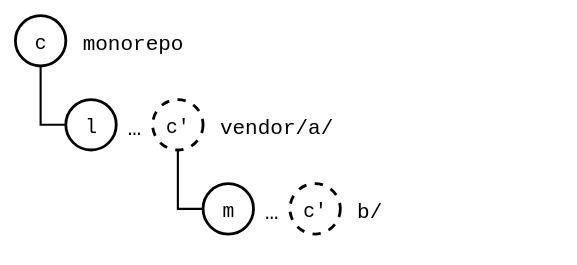
Earlier version of the draw.io export docs/09-scenarios/05-nested-splices/01-nested-splices/layers-tree-pushed.drawio.svg (roschaefer/git-splice). Source tidied: cells renumbered, new cells last; positions are measured from the earlier drawing's top-left corner, leaving out a move shared by most shapes. Its diagram source:
```xml
<mxGraphModel background="#ffffff">
  <root>
    <mxCell id="0" />
    <mxCell id="1" parent="0" />
    <mxCell id="2" value="c" style="ellipse;strokeWidth=2;fontSize=14;fontFamily=Roboto Mono,monospace;" parent="1" vertex="1">
      <mxGeometry width="36" height="36" as="geometry" />
    </mxCell>
    <mxCell id="3" value="monorepo" style="text;align=left;verticalAlign=middle;fontSize=15;fontFamily=Roboto Mono,monospace;tree=1;" parent="1" vertex="1">
      <mxGeometry x="46" width="192" height="36" as="geometry" />
    </mxCell>
    <mxCell id="4" value="l" style="ellipse;strokeWidth=2;fontSize=14;fontFamily=Roboto Mono,monospace;" parent="1" vertex="1">
      <mxGeometry x="36" y="60" width="36" height="36" as="geometry" />
    </mxCell>
    <mxCell id="5" value="…" style="text;align=center;verticalAlign=middle;fontSize=16;fontFamily=Roboto Mono,monospace;" parent="1" vertex="1">
      <mxGeometry x="74" y="60" width="22" height="36" as="geometry" />
    </mxCell>
    <mxCell id="6" value="c'" style="ellipse;strokeWidth=2;fontSize=14;fontFamily=Roboto Mono,monospace;dashed=1;" parent="1" vertex="1">
      <mxGeometry x="98" y="60" width="36" height="36" as="geometry" />
    </mxCell>
    <mxCell id="7" value="vendor/a/" style="text;align=left;verticalAlign=middle;fontSize=15;fontFamily=Roboto Mono,monospace;" parent="1" vertex="1">
      <mxGeometry x="144" y="60" width="201" height="36" as="geometry" />
    </mxCell>
    <mxCell id="8" value="m" style="ellipse;strokeWidth=2;fontSize=14;fontFamily=Roboto Mono,monospace;" parent="1" vertex="1">
      <mxGeometry x="134" y="120" width="36" height="36" as="geometry" />
    </mxCell>
    <mxCell id="9" value="…" style="text;align=center;verticalAlign=middle;fontSize=16;fontFamily=Roboto Mono,monospace;" parent="1" vertex="1">
      <mxGeometry x="172" y="120" width="22" height="36" as="geometry" />
    </mxCell>
    <mxCell id="10" value="c'" style="ellipse;strokeWidth=2;fontSize=14;fontFamily=Roboto Mono,monospace;dashed=1;" parent="1" vertex="1">
      <mxGeometry x="196" y="120" width="36" height="36" as="geometry" />
    </mxCell>
    <mxCell id="11" value="b/" style="text;align=left;verticalAlign=middle;fontSize=15;fontFamily=Roboto Mono,monospace;" parent="1" vertex="1">
      <mxGeometry x="242" y="120" width="138" height="36" as="geometry" />
    </mxCell>
    <mxCell id="12" style="endArrow=none;strokeWidth=1.5;edgeStyle=orthogonalEdgeStyle;rounded=0;exitX=0.5;exitY=1;exitDx=0;exitDy=0;entryX=0;entryY=0.5;entryDx=0;entryDy=0;" parent="1" edge="1" source="2" target="4">
      <mxGeometry relative="1" as="geometry" />
    </mxCell>
    <mxCell id="13" style="endArrow=none;strokeWidth=1.5;edgeStyle=orthogonalEdgeStyle;rounded=0;exitX=0.5;exitY=1;exitDx=0;exitDy=0;entryX=0;entryY=0.5;entryDx=0;entryDy=0;" parent="1" edge="1" source="6" target="8">
      <mxGeometry relative="1" as="geometry" />
    </mxCell>
  </root>
</mxGraphModel>
```
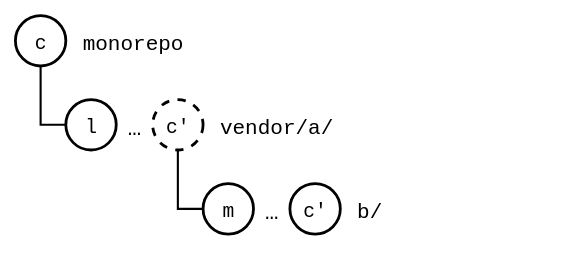
The same diagram one commit later.

Change to the diagram source:
```diff
@@ -26,7 +26,7 @@
     <mxCell id="9" value="…" style="text;align=center;verticalAlign=middle;fontSize=16;fontFamily=Roboto Mono,monospace;" parent="1" vertex="1">
       <mxGeometry x="172" y="120" width="22" height="36" as="geometry" />
     </mxCell>
-    <mxCell id="10" value="c'" style="ellipse;strokeWidth=2;fontSize=14;fontFamily=Roboto Mono,monospace;dashed=1;" parent="1" vertex="1">
+    <mxCell id="10" value="c'" style="ellipse;strokeWidth=2;fontSize=14;fontFamily=Roboto Mono,monospace;" parent="1" vertex="1">
       <mxGeometry x="196" y="120" width="36" height="36" as="geometry" />
     </mxCell>
     <mxCell id="11" value="b/" style="text;align=left;verticalAlign=middle;fontSize=15;fontFamily=Roboto Mono,monospace;" parent="1" vertex="1">
```
